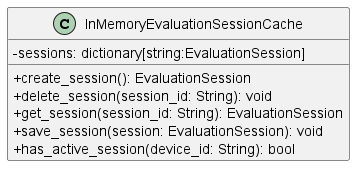
Above: src/PB/DocumentazioneEsterna/Specifica_Tecnica/content/uml/png/CreateAsset/InMemoryEvaluationSessionCache.png in GroupRubberDuck/Documentazione (PlantUML), before the change.
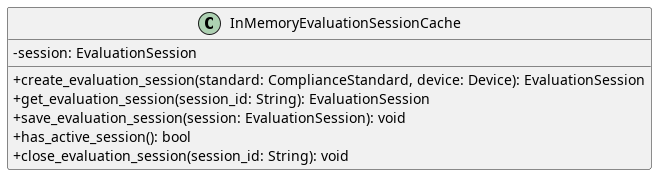
After the commit.

Diff of the diagram source:
```diff
@@ -1,12 +1,12 @@
 @startuml InMemoryEvaluationSessionCache
 skinparam classAttributeIconSize 0
 class InMemoryEvaluationSessionCache {
-    - sessions: dictionary[string:EvaluationSession]
-    + create_session(): EvaluationSession
-    + delete_session(session_id: String): void
-    + get_session(session_id: String): EvaluationSession
-    + save_session(session: EvaluationSession): void
-    + has_active_session(device_id: String): bool
+    - session: EvaluationSession
+    + create_evaluation_session(standard: ComplianceStandard, device: Device): EvaluationSession
+    + get_evaluation_session(session_id: String): EvaluationSession
+    + save_evaluation_session(session: EvaluationSession): void
+    + has_active_session(): bool
+    + close_evaluation_session(session_id: String): void
 }
 
 @enduml
```
